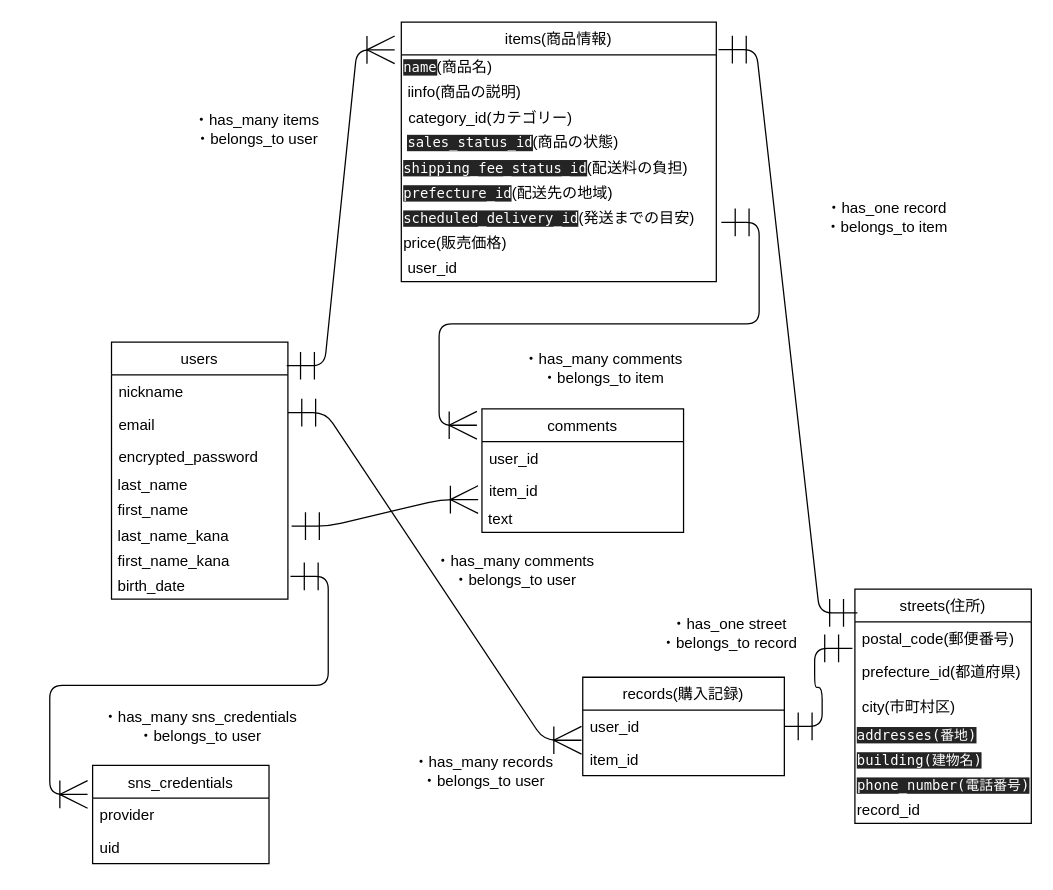
Before: Draw.drawio in daikichi86/furima-28196, a draw.io diagram. Source tidied: cells renumbered, new cells numbered last; positions are measured from the earlier drawing's top-left corner, leaving out a move shared by most shapes. Both pictures are drawn from the tidied source at 126%, with x=0, y=0 at pixel (87, 21).
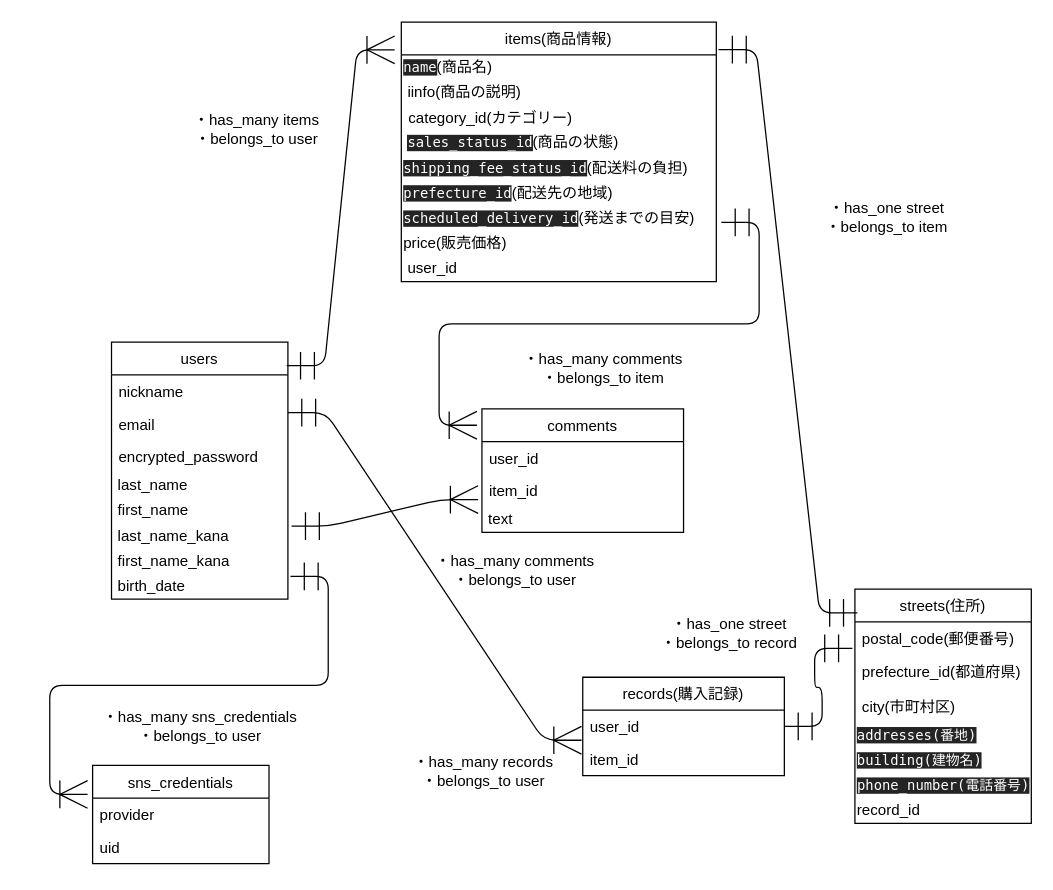
After the change.

The edit, as a diff of the source:
```diff
@@
-    <mxCell id="5" value="・has_one record&lt;br&gt;・belongs_to item" style="text;html=1;align=center;verticalAlign=middle;" parent="1" vertex="1">
+    <mxCell id="5" value="・has_one street&lt;br&gt;・belongs_to item" style="text;html=1;align=center;verticalAlign=middle;" parent="1" vertex="1">
       <mxGeometry x="579" y="140" width="110" height="30" as="geometry" />
     </mxCell>
```
